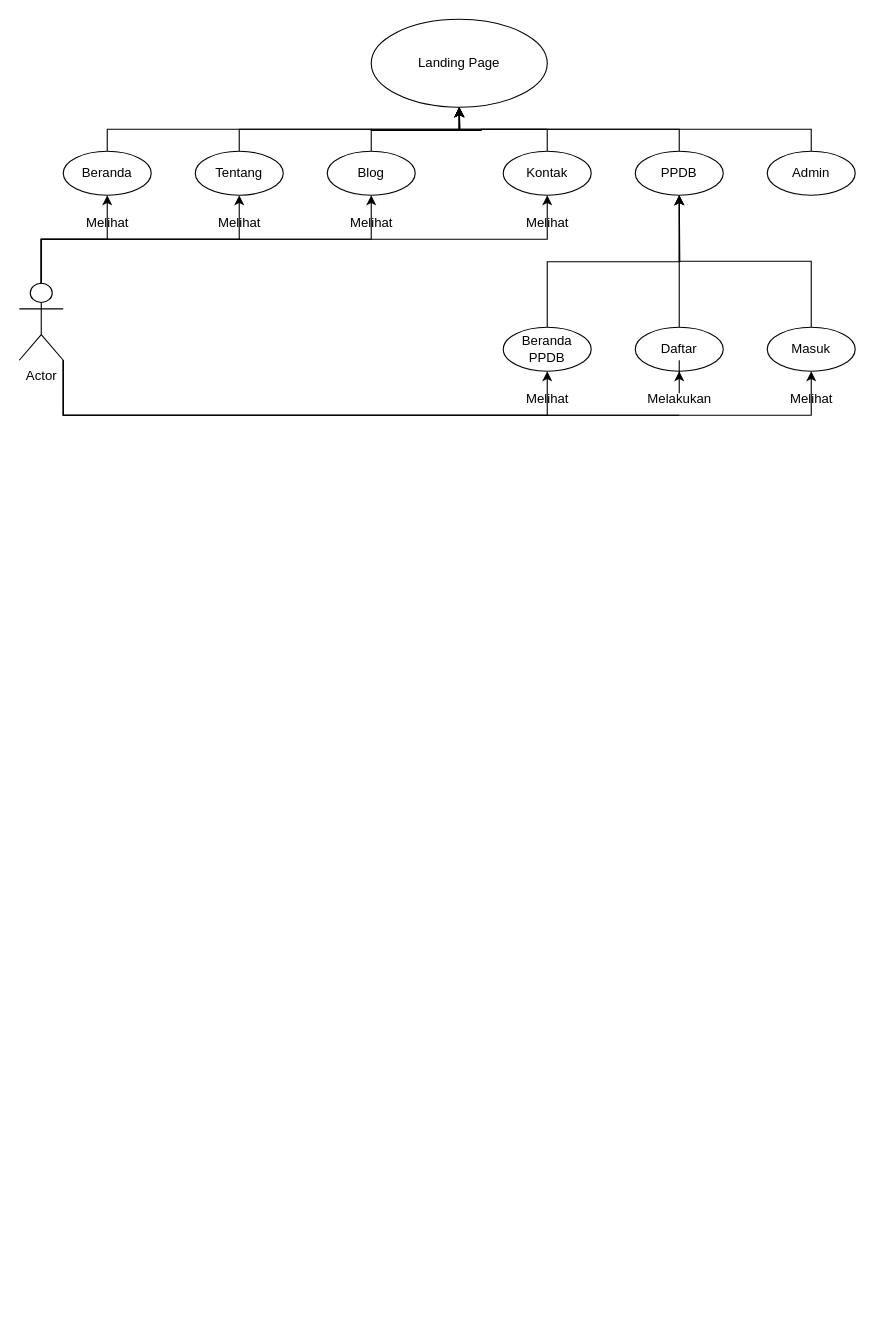
Earlier version of the draw.io diagram MI.drawio (Minamiichi/landingPage). Source tidied: cells renumbered, new cells numbered last; positions are measured from the earlier drawing's top-left corner, leaving out a move shared by most shapes. Both pictures are drawn from the tidied source at 110%, with x=0, y=0 at pixel (19, 19).
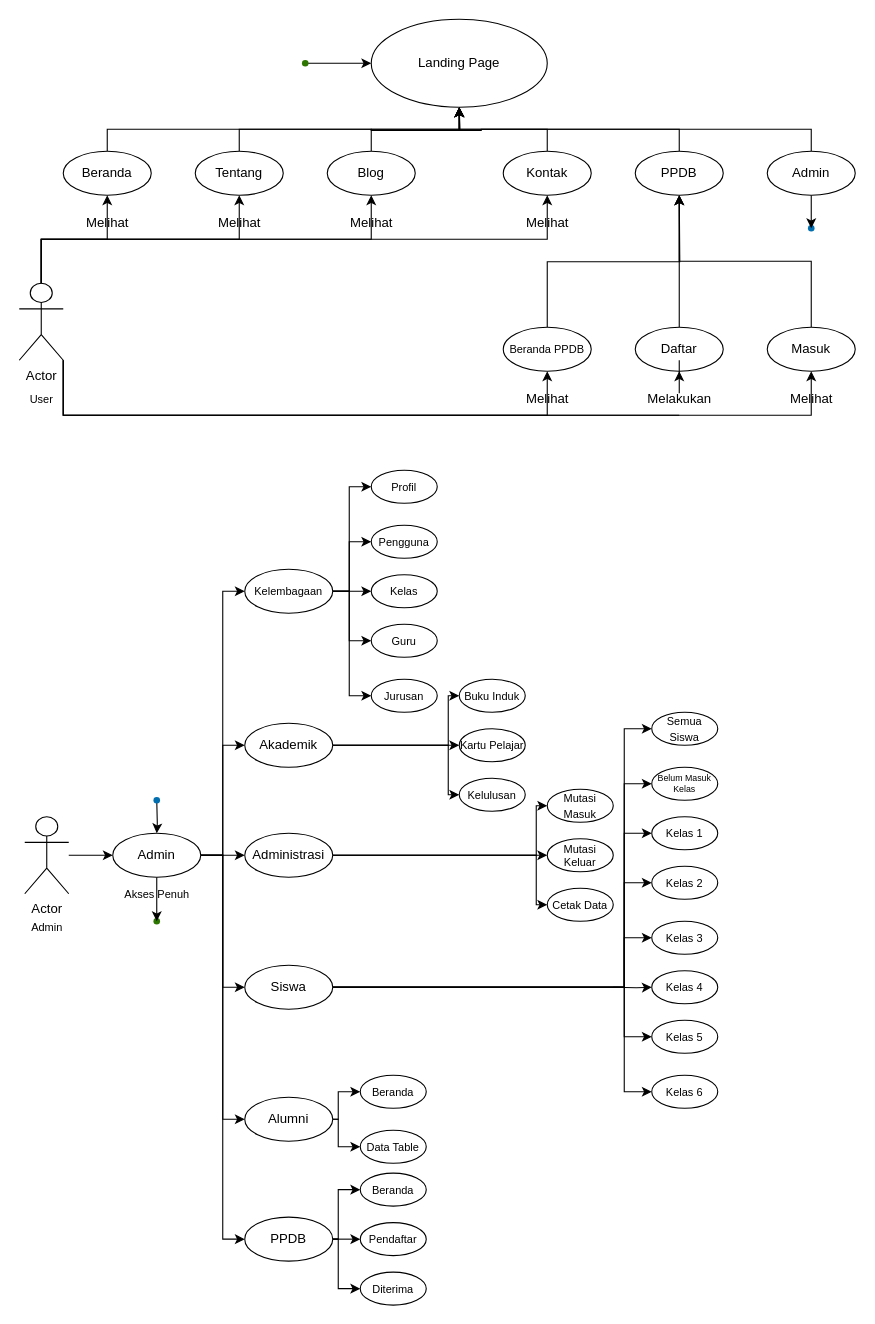
The same page after the edit.

Unchanged cells that the change refers to:
```xml
<mxCell id="2" value="Landing Page" style="ellipse;whiteSpace=wrap;html=1;" parent="1" vertex="1">
  <mxGeometry x="320" width="160" height="80" as="geometry" />
</mxCell>
<mxCell id="14" value="Admin" style="ellipse;whiteSpace=wrap;html=1;" parent="1" vertex="1">
  <mxGeometry x="680" y="120" width="80" height="40" as="geometry" />
</mxCell>
```

The edit, as a diff of the source:
```diff
@@
+    <mxCell id="37" style="shape=waypoint;sketch=0;fillStyle=solid;size=6;points=[];fillColor=#1ba1e2;perimeter=centerPerimeter;snapToPoint=1;fontSize=10;fontColor=#ffffff;strokeColor=#006EAF;" parent="1" vertex="1">
+      <mxGeometry x="700" y="170" width="40" height="40" as="geometry" />
+    </mxCell>
+    <mxCell id="38" style="shape=waypoint;sketch=0;fillStyle=solid;size=6;points=[];fillColor=#60a917;perimeter=centerPerimeter;snapToPoint=1;fontSize=10;labelBackgroundColor=#99FF99;strokeColor=#2D7600;fontColor=#ffffff;" parent="1" vertex="1">
+      <mxGeometry x="105" y="800" width="40" height="40" as="geometry" />
+    </mxCell>
@@
+    <mxCell id="39" style="edgeStyle=orthogonalEdgeStyle;rounded=0;jettySize=auto;html=1;exitX=0.5;exitY=1;exitDx=0;exitDy=0;entryX=0.5;entryY=0.396;entryDx=0;entryDy=0;entryPerimeter=0;fontSize=10;" parent="1" edge="1" source="14" target="37">
+      <mxGeometry relative="1" as="geometry" />
+    </mxCell>
@@
-    <mxCell id="16" value="Beranda PPDB" style="ellipse;whiteSpace=wrap;html=1;" parent="1" vertex="1">
+    <mxCell id="16" value="Beranda PPDB" style="ellipse;whiteSpace=wrap;html=1;fontSize=10;" parent="1" vertex="1">
       <mxGeometry x="440" y="280" width="80" height="40" as="geometry" />
     </mxCell>
@@
+    <mxCell id="40" style="edgeStyle=orthogonalEdgeStyle;rounded=0;jettySize=auto;html=1;fontSize=10;fontColor=#33FF33;" parent="1" edge="1" source="41" target="51">
+      <mxGeometry relative="1" as="geometry" />
+    </mxCell>
+    <mxCell id="41" value="Actor" style="shape=umlActor;verticalLabelPosition=bottom;verticalAlign=top;html=1;outlineConnect=0;" parent="1" vertex="1">
+      <mxGeometry x="5" y="725" width="40" height="70" as="geometry" />
+    </mxCell>
+    <mxCell id="42" value="User" style="text;html=1;align=center;verticalAlign=middle;strokeColor=none;fillColor=none;fontSize=10;" parent="1" vertex="1">
+      <mxGeometry y="330" width="40" height="30" as="geometry" />
+    </mxCell>
+    <mxCell id="43" value="Admin" style="text;html=1;align=center;verticalAlign=middle;strokeColor=none;fillColor=none;fontSize=10;" parent="1" vertex="1">
+      <mxGeometry y="810" width="50" height="30" as="geometry" />
+    </mxCell>
+    <mxCell id="44" style="edgeStyle=orthogonalEdgeStyle;rounded=0;jettySize=auto;html=1;entryX=0.6;entryY=0.5;entryDx=0;entryDy=0;entryPerimeter=0;fontSize=10;exitX=0.5;exitY=1;exitDx=0;exitDy=0;" parent="1" edge="1" source="51" target="38">
+      <mxGeometry relative="1" as="geometry" />
+    </mxCell>
+    <mxCell id="45" style="edgeStyle=orthogonalEdgeStyle;rounded=0;jettySize=auto;html=1;fontSize=10;fontColor=#33FF33;" parent="1" edge="1" source="51" target="67">
+      <mxGeometry relative="1" as="geometry" />
+    </mxCell>
+    <mxCell id="46" style="edgeStyle=orthogonalEdgeStyle;rounded=0;jettySize=auto;html=1;entryX=0;entryY=0.5;entryDx=0;entryDy=0;fontSize=10;fontColor=#33FF33;" parent="1" edge="1" source="51" target="59">
+      <mxGeometry relative="1" as="geometry" />
+    </mxCell>
+    <mxCell id="47" style="edgeStyle=orthogonalEdgeStyle;rounded=0;jettySize=auto;html=1;entryX=0;entryY=0.5;entryDx=0;entryDy=0;fontSize=10;fontColor=#33FF33;" parent="1" edge="1" source="51" target="63">
+      <mxGeometry relative="1" as="geometry" />
+    </mxCell>
+    <mxCell id="48" style="edgeStyle=orthogonalEdgeStyle;rounded=0;jettySize=auto;html=1;entryX=0;entryY=0.5;entryDx=0;entryDy=0;fontSize=10;fontColor=#33FF33;" parent="1" edge="1" source="51" target="75">
+      <mxGeometry relative="1" as="geometry" />
+    </mxCell>
+    <mxCell id="49" style="edgeStyle=orthogonalEdgeStyle;rounded=0;jettySize=auto;html=1;entryX=0;entryY=0.5;entryDx=0;entryDy=0;fontSize=10;fontColor=#33FF33;" parent="1" edge="1" source="51" target="78">
+      <mxGeometry relative="1" as="geometry" />
+    </mxCell>
+    <mxCell id="50" style="edgeStyle=orthogonalEdgeStyle;rounded=0;jettySize=auto;html=1;entryX=0;entryY=0.5;entryDx=0;entryDy=0;fontSize=10;fontColor=#33FF33;" parent="1" edge="1" source="51" target="82">
+      <mxGeometry relative="1" as="geometry" />
+    </mxCell>
+    <mxCell id="51" value="Admin" style="ellipse;whiteSpace=wrap;html=1;" parent="1" vertex="1">
+      <mxGeometry x="85" y="740" width="80" height="40" as="geometry" />
+    </mxCell>
+    <mxCell id="52" style="edgeStyle=orthogonalEdgeStyle;rounded=0;jettySize=auto;html=1;fontSize=10;" parent="1" edge="1" target="51">
+      <mxGeometry relative="1" as="geometry">
+        <mxPoint x="125" y="710" as="sourcePoint" />
+      </mxGeometry>
+    </mxCell>
+    <mxCell id="53" style="shape=waypoint;sketch=0;fillStyle=solid;size=6;fillColor=#1ba1e2;perimeter=centerPerimeter;fontSize=10;fontColor=#ffffff;strokeColor=#006EAF;" parent="1" vertex="1">
+      <mxGeometry x="105" y="690" width="40" height="40" as="geometry" />
+    </mxCell>
+    <mxCell id="54" style="edgeStyle=orthogonalEdgeStyle;rounded=0;jettySize=auto;html=1;fontSize=10;fontColor=#33FF33;" parent="1" edge="1" source="59" target="88">
+      <mxGeometry relative="1" as="geometry" />
+    </mxCell>
+    <mxCell id="55" style="edgeStyle=orthogonalEdgeStyle;rounded=0;jettySize=auto;html=1;entryX=0;entryY=0.5;entryDx=0;entryDy=0;fontSize=10;fontColor=#33FF33;" parent="1" edge="1" source="59" target="86">
+      <mxGeometry relative="1" as="geometry">
+        <Array as="points">
+          <mxPoint x="300" y="520" />
+          <mxPoint x="300" y="425" />
+        </Array>
+      </mxGeometry>
+    </mxCell>
+    <mxCell id="56" style="edgeStyle=orthogonalEdgeStyle;rounded=0;jettySize=auto;html=1;entryX=0;entryY=0.5;entryDx=0;entryDy=0;fontSize=10;fontColor=#33FF33;" parent="1" edge="1" source="59" target="87">
+      <mxGeometry relative="1" as="geometry">
+        <Array as="points">
+          <mxPoint x="300" y="520" />
+          <mxPoint x="300" y="475" />
+        </Array>
+      </mxGeometry>
+    </mxCell>
+    <mxCell id="57" style="edgeStyle=orthogonalEdgeStyle;rounded=0;jettySize=auto;html=1;entryX=0;entryY=0.5;entryDx=0;entryDy=0;fontSize=10;fontColor=#33FF33;" parent="1" edge="1" source="59" target="89">
+      <mxGeometry relative="1" as="geometry">
+        <Array as="points">
+          <mxPoint x="300" y="520" />
+          <mxPoint x="300" y="565" />
+        </Array>
+      </mxGeometry>
+    </mxCell>
+    <mxCell id="58" style="edgeStyle=orthogonalEdgeStyle;rounded=0;jettySize=auto;html=1;entryX=0;entryY=0.5;entryDx=0;entryDy=0;fontSize=10;fontColor=#33FF33;" parent="1" edge="1" source="59" target="90">
+      <mxGeometry relative="1" as="geometry">
+        <Array as="points">
+          <mxPoint x="300" y="520" />
+          <mxPoint x="300" y="615" />
+        </Array>
+      </mxGeometry>
+    </mxCell>
+    <mxCell id="59" value="&lt;font style=&quot;font-size: 10px;&quot;&gt;Kelembagaan&lt;/font&gt;" style="ellipse;whiteSpace=wrap;html=1;" parent="1" vertex="1">
+      <mxGeometry x="205" y="500" width="80" height="40" as="geometry" />
+    </mxCell>
+    <mxCell id="60" style="edgeStyle=orthogonalEdgeStyle;rounded=0;jettySize=auto;html=1;fontSize=10;fontColor=#33FF33;entryX=0;entryY=0.5;entryDx=0;entryDy=0;" parent="1" edge="1" source="63" target="92">
+      <mxGeometry relative="1" as="geometry" />
+    </mxCell>
+    <mxCell id="61" style="edgeStyle=orthogonalEdgeStyle;rounded=0;jettySize=auto;html=1;entryX=0;entryY=0.5;entryDx=0;entryDy=0;fontSize=10;fontColor=#33FF33;" parent="1" edge="1" source="63" target="91">
+      <mxGeometry relative="1" as="geometry">
+        <Array as="points">
+          <mxPoint x="390" y="660" />
+          <mxPoint x="390" y="615" />
+        </Array>
+      </mxGeometry>
+    </mxCell>
+    <mxCell id="62" style="edgeStyle=orthogonalEdgeStyle;rounded=0;jettySize=auto;html=1;entryX=0;entryY=0.5;entryDx=0;entryDy=0;fontSize=10;fontColor=#33FF33;" parent="1" edge="1" source="63" target="93">
+      <mxGeometry relative="1" as="geometry">
+        <Array as="points">
+          <mxPoint x="390" y="660" />
+          <mxPoint x="390" y="705" />
+        </Array>
+      </mxGeometry>
+    </mxCell>
+    <mxCell id="63" value="Akademik" style="ellipse;whiteSpace=wrap;html=1;" parent="1" vertex="1">
+      <mxGeometry x="205" y="640" width="80" height="40" as="geometry" />
+    </mxCell>
+    <mxCell id="64" style="edgeStyle=orthogonalEdgeStyle;rounded=0;jettySize=auto;html=1;fontSize=10;fontColor=#33FF33;" parent="1" edge="1" source="67" target="95">
+      <mxGeometry relative="1" as="geometry" />
+    </mxCell>
+    <mxCell id="65" style="edgeStyle=orthogonalEdgeStyle;rounded=0;jettySize=auto;html=1;entryX=0;entryY=0.5;entryDx=0;entryDy=0;fontSize=10;fontColor=#33FF33;" parent="1" edge="1" source="67" target="94">
+      <mxGeometry relative="1" as="geometry">
+        <Array as="points">
+          <mxPoint x="470" y="760" />
+          <mxPoint x="470" y="715" />
+        </Array>
+      </mxGeometry>
+    </mxCell>
+    <mxCell id="66" style="edgeStyle=orthogonalEdgeStyle;rounded=0;jettySize=auto;html=1;entryX=0;entryY=0.5;entryDx=0;entryDy=0;fontSize=10;fontColor=#33FF33;" parent="1" edge="1" source="67" target="96">
+      <mxGeometry relative="1" as="geometry">
+        <Array as="points">
+          <mxPoint x="470" y="760" />
+          <mxPoint x="470" y="805" />
+        </Array>
+      </mxGeometry>
+    </mxCell>
+    <mxCell id="67" value="Administrasi" style="ellipse;whiteSpace=wrap;html=1;" parent="1" vertex="1">
+      <mxGeometry x="205" y="740" width="80" height="40" as="geometry" />
+    </mxCell>
+    <mxCell id="68" style="edgeStyle=orthogonalEdgeStyle;rounded=0;jettySize=auto;html=1;entryX=0;entryY=0.5;entryDx=0;entryDy=0;fontSize=10;fontColor=#33FF33;" parent="1" edge="1" source="75" target="105">
+      <mxGeometry relative="1" as="geometry">
+        <Array as="points">
+          <mxPoint x="550" y="880" />
+          <mxPoint x="550" y="740" />
+        </Array>
+      </mxGeometry>
+    </mxCell>
+    <mxCell id="69" style="edgeStyle=orthogonalEdgeStyle;rounded=0;jettySize=auto;html=1;entryX=0;entryY=0.5;entryDx=0;entryDy=0;fontSize=10;fontColor=#33FF33;" parent="1" edge="1" source="75" target="98">
+      <mxGeometry relative="1" as="geometry">
+        <Array as="points">
+          <mxPoint x="550" y="880" />
+          <mxPoint x="550" y="785" />
+        </Array>
+      </mxGeometry>
+    </mxCell>
+    <mxCell id="70" style="edgeStyle=orthogonalEdgeStyle;rounded=0;jettySize=auto;html=1;entryX=0;entryY=0.5;entryDx=0;entryDy=0;fontSize=10;fontColor=#33FF33;" parent="1" edge="1" source="75" target="104">
+      <mxGeometry relative="1" as="geometry">
+        <Array as="points">
+          <mxPoint x="550" y="880" />
+          <mxPoint x="550" y="695" />
+        </Array>
+      </mxGeometry>
+    </mxCell>
+    <mxCell id="71" style="edgeStyle=orthogonalEdgeStyle;rounded=0;jettySize=auto;html=1;entryX=0;entryY=0.5;entryDx=0;entryDy=0;fontSize=10;fontColor=#33FF33;" parent="1" edge="1" source="75" target="103">
+      <mxGeometry relative="1" as="geometry">
+        <Array as="points">
+          <mxPoint x="550" y="880" />
+          <mxPoint x="550" y="645" />
+        </Array>
+      </mxGeometry>
+    </mxCell>
+    <mxCell id="72" style="edgeStyle=orthogonalEdgeStyle;rounded=0;jettySize=auto;html=1;entryX=0;entryY=0.5;entryDx=0;entryDy=0;fontSize=10;fontColor=#33FF33;" parent="1" edge="1" source="75" target="101">
+      <mxGeometry relative="1" as="geometry">
+        <Array as="points">
+          <mxPoint x="550" y="880" />
+          <mxPoint x="550" y="925" />
+        </Array>
+      </mxGeometry>
+    </mxCell>
+    <mxCell id="73" style="edgeStyle=orthogonalEdgeStyle;rounded=0;jettySize=auto;html=1;entryX=0;entryY=0.5;entryDx=0;entryDy=0;fontSize=10;fontColor=#33FF33;" parent="1" edge="1" source="75" target="102">
+      <mxGeometry relative="1" as="geometry">
+        <Array as="points">
+          <mxPoint x="550" y="880" />
+          <mxPoint x="550" y="975" />
+        </Array>
+      </mxGeometry>
+    </mxCell>
+    <mxCell id="74" style="edgeStyle=orthogonalEdgeStyle;rounded=0;jettySize=auto;html=1;entryX=0;entryY=0.5;entryDx=0;entryDy=0;fontSize=10;fontColor=#33FF33;" parent="1" edge="1" source="75" target="99">
+      <mxGeometry relative="1" as="geometry">
+        <Array as="points">
+          <mxPoint x="550" y="880" />
+          <mxPoint x="550" y="835" />
+        </Array>
+      </mxGeometry>
+    </mxCell>
+    <mxCell id="75" value="Siswa" style="ellipse;whiteSpace=wrap;html=1;" parent="1" vertex="1">
+      <mxGeometry x="205" y="860" width="80" height="40" as="geometry" />
+    </mxCell>
+    <mxCell id="76" style="edgeStyle=orthogonalEdgeStyle;rounded=0;jettySize=auto;html=1;entryX=0;entryY=0.5;entryDx=0;entryDy=0;fontSize=8;fontColor=#33FF33;" parent="1" edge="1" source="78" target="106">
+      <mxGeometry relative="1" as="geometry">
+        <Array as="points">
+          <mxPoint x="290" y="1000" />
+          <mxPoint x="290" y="975" />
+        </Array>
+      </mxGeometry>
+    </mxCell>
+    <mxCell id="77" style="edgeStyle=orthogonalEdgeStyle;rounded=0;jettySize=auto;html=1;entryX=0;entryY=0.5;entryDx=0;entryDy=0;fontSize=8;fontColor=#33FF33;" parent="1" edge="1" source="78" target="107">
+      <mxGeometry relative="1" as="geometry">
+        <Array as="points">
+          <mxPoint x="290" y="1000" />
+          <mxPoint x="290" y="1025" />
+        </Array>
+      </mxGeometry>
+    </mxCell>
+    <mxCell id="78" value="Alumni" style="ellipse;whiteSpace=wrap;html=1;" parent="1" vertex="1">
+      <mxGeometry x="205" y="980" width="80" height="40" as="geometry" />
+    </mxCell>
+    <mxCell id="79" style="edgeStyle=orthogonalEdgeStyle;rounded=0;jettySize=auto;html=1;entryX=0;entryY=0.5;entryDx=0;entryDy=0;fontSize=8;fontColor=#33FF33;" parent="1" edge="1" target="110">
+      <mxGeometry relative="1" as="geometry">
+        <mxPoint x="285" y="1109" as="sourcePoint" />
+        <Array as="points">
+          <mxPoint x="290" y="1109" />
+          <mxPoint x="290" y="1064" />
+        </Array>
+      </mxGeometry>
+    </mxCell>
+    <mxCell id="80" style="edgeStyle=orthogonalEdgeStyle;rounded=0;jettySize=auto;html=1;entryX=0;entryY=0.5;entryDx=0;entryDy=0;fontSize=8;fontColor=#33FF33;" parent="1" edge="1" target="108">
+      <mxGeometry relative="1" as="geometry">
+        <mxPoint x="285" y="1109" as="sourcePoint" />
+      </mxGeometry>
+    </mxCell>
+    <mxCell id="81" style="edgeStyle=orthogonalEdgeStyle;rounded=0;jettySize=auto;html=1;entryX=0;entryY=0.5;entryDx=0;entryDy=0;fontSize=8;fontColor=#33FF33;" parent="1" edge="1" target="109">
+      <mxGeometry relative="1" as="geometry">
+        <mxPoint x="285" y="1109" as="sourcePoint" />
+        <Array as="points">
+          <mxPoint x="290" y="1109" />
+          <mxPoint x="290" y="1154" />
+        </Array>
+      </mxGeometry>
+    </mxCell>
+    <mxCell id="82" value="PPDB" style="ellipse;whiteSpace=wrap;html=1;" parent="1" vertex="1">
+      <mxGeometry x="205" y="1089" width="80" height="40" as="geometry" />
+    </mxCell>
+    <mxCell id="83" style="edgeStyle=orthogonalEdgeStyle;rounded=0;jettySize=auto;html=1;fontSize=10;" parent="1" edge="1" source="84" target="2">
+      <mxGeometry relative="1" as="geometry" />
+    </mxCell>
+    <mxCell id="84" style="shape=waypoint;sketch=0;fillStyle=solid;size=6;points=[];fillColor=#60a917;perimeter=centerPerimeter;snapToPoint=1;fontSize=10;fontColor=#ffffff;strokeColor=#2D7600;" parent="1" vertex="1">
+      <mxGeometry x="240" y="20" width="40" height="40" as="geometry" />
+    </mxCell>
+    <mxCell id="85" value="Akses Penuh" style="text;html=1;align=center;verticalAlign=middle;strokeColor=none;fillColor=none;fontSize=10;" parent="1" vertex="1">
+      <mxGeometry x="85" y="780" width="80" height="30" as="geometry" />
+    </mxCell>
+    <mxCell id="86" value="&lt;font style=&quot;font-size: 10px;&quot;&gt;Profil&lt;/font&gt;" style="ellipse;whiteSpace=wrap;html=1;" parent="1" vertex="1">
+      <mxGeometry x="320" y="410" width="60" height="30" as="geometry" />
+    </mxCell>
+    <mxCell id="87" value="&lt;font style=&quot;font-size: 10px;&quot;&gt;Pengguna&lt;/font&gt;" style="ellipse;whiteSpace=wrap;html=1;fontSize=10;" parent="1" vertex="1">
+      <mxGeometry x="320" y="460" width="60" height="30" as="geometry" />
+    </mxCell>
+    <mxCell id="88" value="&lt;font style=&quot;font-size: 10px;&quot;&gt;Kelas&lt;/font&gt;" style="ellipse;whiteSpace=wrap;html=1;" parent="1" vertex="1">
+      <mxGeometry x="320" y="505" width="60" height="30" as="geometry" />
+    </mxCell>
+    <mxCell id="89" value="&lt;font style=&quot;font-size: 10px;&quot;&gt;Guru&lt;/font&gt;" style="ellipse;whiteSpace=wrap;html=1;" parent="1" vertex="1">
+      <mxGeometry x="320" y="550" width="60" height="30" as="geometry" />
+    </mxCell>
+    <mxCell id="90" value="&lt;font style=&quot;font-size: 10px;&quot;&gt;Jurusan&lt;/font&gt;" style="ellipse;whiteSpace=wrap;html=1;" parent="1" vertex="1">
+      <mxGeometry x="320" y="600" width="60" height="30" as="geometry" />
+    </mxCell>
+    <mxCell id="91" value="&lt;font style=&quot;font-size: 10px;&quot;&gt;Buku Induk&lt;/font&gt;" style="ellipse;whiteSpace=wrap;html=1;" parent="1" vertex="1">
+      <mxGeometry x="400" y="600" width="60" height="30" as="geometry" />
+    </mxCell>
+    <mxCell id="92" value="&lt;font style=&quot;font-size: 10px;&quot;&gt;Kartu Pelajar&lt;/font&gt;" style="ellipse;whiteSpace=wrap;html=1;fontSize=10;" parent="1" vertex="1">
+      <mxGeometry x="400" y="645" width="60" height="30" as="geometry" />
+    </mxCell>
+    <mxCell id="93" value="&lt;font style=&quot;font-size: 10px;&quot;&gt;Kelulusan&lt;/font&gt;" style="ellipse;whiteSpace=wrap;html=1;" parent="1" vertex="1">
+      <mxGeometry x="400" y="690" width="60" height="30" as="geometry" />
+    </mxCell>
+    <mxCell id="94" value="&lt;font style=&quot;font-size: 10px;&quot;&gt;Mutasi Masuk&lt;/font&gt;" style="ellipse;whiteSpace=wrap;html=1;" parent="1" vertex="1">
+      <mxGeometry x="480" y="700" width="60" height="30" as="geometry" />
+    </mxCell>
+    <mxCell id="95" value="&lt;font style=&quot;font-size: 10px;&quot;&gt;Mutasi Keluar&lt;/font&gt;" style="ellipse;whiteSpace=wrap;html=1;fontSize=10;" parent="1" vertex="1">
+      <mxGeometry x="480" y="745" width="60" height="30" as="geometry" />
+    </mxCell>
+    <mxCell id="96" value="&lt;font style=&quot;font-size: 10px;&quot;&gt;Cetak Data&lt;/font&gt;" style="ellipse;whiteSpace=wrap;html=1;" parent="1" vertex="1">
+      <mxGeometry x="480" y="790" width="60" height="30" as="geometry" />
+    </mxCell>
+    <mxCell id="97" style="edgeStyle=orthogonalEdgeStyle;rounded=0;jettySize=auto;html=1;fontSize=10;fontColor=#33FF33;" parent="1" edge="1" target="100">
+      <mxGeometry relative="1" as="geometry">
+        <mxPoint x="540" y="880" as="sourcePoint" />
+      </mxGeometry>
+    </mxCell>
+    <mxCell id="98" value="&lt;span style=&quot;font-size: 10px;&quot;&gt;Kelas 2&lt;/span&gt;" style="ellipse;whiteSpace=wrap;html=1;" parent="1" vertex="1">
+      <mxGeometry x="575" y="770" width="60" height="30" as="geometry" />
+    </mxCell>
+    <mxCell id="99" value="Kelas 3" style="ellipse;whiteSpace=wrap;html=1;fontSize=10;" parent="1" vertex="1">
+      <mxGeometry x="575" y="820" width="60" height="30" as="geometry" />
+    </mxCell>
+    <mxCell id="100" value="&lt;span style=&quot;font-size: 10px;&quot;&gt;Kelas 4&lt;/span&gt;" style="ellipse;whiteSpace=wrap;html=1;" parent="1" vertex="1">
+      <mxGeometry x="575" y="865" width="60" height="30" as="geometry" />
+    </mxCell>
+    <mxCell id="101" value="&lt;span style=&quot;font-size: 10px;&quot;&gt;Kelas 5&lt;/span&gt;" style="ellipse;whiteSpace=wrap;html=1;" parent="1" vertex="1">
+      <mxGeometry x="575" y="910" width="60" height="30" as="geometry" />
+    </mxCell>
+    <mxCell id="102" value="&lt;span style=&quot;font-size: 10px;&quot;&gt;Kelas 6&lt;/span&gt;" style="ellipse;whiteSpace=wrap;html=1;" parent="1" vertex="1">
+      <mxGeometry x="575" y="960" width="60" height="30" as="geometry" />
+    </mxCell>
+    <mxCell id="103" value="&lt;font style=&quot;font-size: 10px;&quot;&gt;Semua Siswa&lt;/font&gt;" style="ellipse;whiteSpace=wrap;html=1;" parent="1" vertex="1">
+      <mxGeometry x="575" y="630" width="60" height="30" as="geometry" />
+    </mxCell>
+    <mxCell id="104" value="&lt;font style=&quot;font-size: 8px;&quot;&gt;Belum Masuk Kelas&lt;/font&gt;" style="ellipse;whiteSpace=wrap;html=1;fontSize=8;" parent="1" vertex="1">
+      <mxGeometry x="575" y="680" width="60" height="30" as="geometry" />
+    </mxCell>
+    <mxCell id="105" value="&lt;font style=&quot;font-size: 10px;&quot;&gt;Kelas 1&lt;/font&gt;" style="ellipse;whiteSpace=wrap;html=1;" parent="1" vertex="1">
+      <mxGeometry x="575" y="725" width="60" height="30" as="geometry" />
+    </mxCell>
+    <mxCell id="106" value="&lt;font style=&quot;font-size: 10px;&quot;&gt;Beranda&lt;/font&gt;" style="ellipse;whiteSpace=wrap;html=1;" parent="1" vertex="1">
+      <mxGeometry x="310" y="960" width="60" height="30" as="geometry" />
+    </mxCell>
+    <mxCell id="107" value="&lt;font style=&quot;font-size: 10px;&quot;&gt;Data Table&lt;/font&gt;" style="ellipse;whiteSpace=wrap;html=1;fontSize=10;" parent="1" vertex="1">
+      <mxGeometry x="310" y="1010" width="60" height="30" as="geometry" />
+    </mxCell>
+    <mxCell id="108" value="&lt;font style=&quot;font-size: 10px;&quot;&gt;Pendaftar&lt;/font&gt;" style="ellipse;whiteSpace=wrap;html=1;" parent="1" vertex="1">
+      <mxGeometry x="310" y="1094" width="60" height="30" as="geometry" />
+    </mxCell>
+    <mxCell id="109" value="&lt;font style=&quot;font-size: 10px;&quot;&gt;Diterima&lt;/font&gt;" style="ellipse;whiteSpace=wrap;html=1;fontSize=10;" parent="1" vertex="1">
+      <mxGeometry x="310" y="1139" width="60" height="30" as="geometry" />
+    </mxCell>
+    <mxCell id="110" value="&lt;font style=&quot;font-size: 10px;&quot;&gt;Beranda&lt;/font&gt;" style="ellipse;whiteSpace=wrap;html=1;" parent="1" vertex="1">
+      <mxGeometry x="310" y="1049" width="60" height="30" as="geometry" />
+    </mxCell>
```
